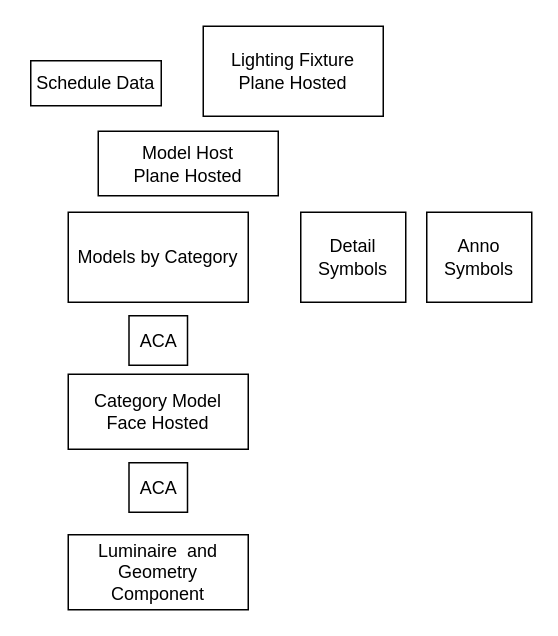
This is RevitLights.drawio from shrevedan/pyRevit, a draw.io file, before an edit. Source tidied: cells renumbered, new cells numbered last; positions are measured from the earlier drawing's top-left corner, leaving out a move shared by most shapes. Both pictures are drawn from the tidied source at 150%, with x=0, y=0 at pixel (30, 26).
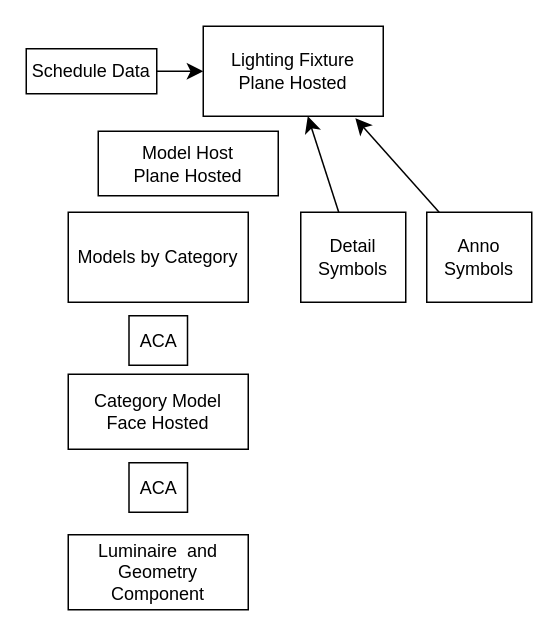
After the change.

Change to the diagram source:
```diff
@@
 <mxGraphModel>
   <root>
     <mxCell id="0" />
     <mxCell id="1" parent="0" />
     <mxCell id="2" value="Lighting Fixture&lt;div&gt;Plane Hosted&lt;/div&gt;" style="whiteSpace=wrap;html=1;" parent="1" vertex="1">
       <mxGeometry x="115" width="120" height="60" as="geometry" />
     </mxCell>
     <mxCell id="3" value="Models by Category" style="whiteSpace=wrap;html=1;" parent="1" vertex="1">
       <mxGeometry x="25" y="124" width="120" height="60" as="geometry" />
     </mxCell>
+    <mxCell id="12" style="edgeStyle=none;curved=1;rounded=0;jettySize=auto;html=1;fontSize=12;startSize=8;endSize=8;" parent="1" edge="1" source="4" target="2">
+      <mxGeometry relative="1" as="geometry" />
+    </mxCell>
     <mxCell id="4" value="Detail Symbols" style="whiteSpace=wrap;html=1;" parent="1" vertex="1">
       <mxGeometry x="180" y="124" width="70" height="60" as="geometry" />
     </mxCell>
+    <mxCell id="13" style="edgeStyle=none;curved=1;rounded=0;jettySize=auto;html=1;fontSize=12;startSize=8;endSize=8;" parent="1" edge="1" source="5" target="2">
+      <mxGeometry relative="1" as="geometry" />
+    </mxCell>
     <mxCell id="5" value="Schedule Data" style="whiteSpace=wrap;html=1;" parent="1" vertex="1">
-      <mxGeometry y="23" width="87" height="30" as="geometry" />
+      <mxGeometry x="-3" y="15" width="87" height="30" as="geometry" />
     </mxCell>
+    <mxCell id="14" style="edgeStyle=none;curved=1;rounded=0;jettySize=auto;html=1;fontSize=12;startSize=8;endSize=8;" parent="1" edge="1" source="6">
+      <mxGeometry relative="1" as="geometry">
+        <mxPoint x="216.4" y="61.3" as="targetPoint" />
+      </mxGeometry>
+    </mxCell>
     <mxCell id="6" value="Anno Symbols" style="whiteSpace=wrap;html=1;" parent="1" vertex="1">
       <mxGeometry x="264" y="124" width="70" height="60" as="geometry" />
     </mxCell>
     <mxCell id="7" value="Category Model&lt;div&gt;Face Hosted&lt;/div&gt;" style="whiteSpace=wrap;html=1;" parent="1" vertex="1">
       <mxGeometry x="25" y="232" width="120" height="50" as="geometry" />
     </mxCell>
     <mxCell id="8" value="Luminaire &amp;nbsp;and Geometry Component" style="whiteSpace=wrap;html=1;" parent="1" vertex="1">
       <mxGeometry x="25" y="339" width="120" height="50" as="geometry" />
     </mxCell>
     <mxCell id="9" value="ACA" style="whiteSpace=wrap;html=1;" parent="1" vertex="1">
       <mxGeometry x="65.5" y="291" width="39" height="33" as="geometry" />
     </mxCell>
     <mxCell id="10" value="ACA" style="whiteSpace=wrap;html=1;" parent="1" vertex="1">
       <mxGeometry x="65.5" y="193" width="39" height="33" as="geometry" />
     </mxCell>
     <mxCell id="11" value="Model Host&lt;br&gt;&lt;div&gt;Plane Hosted&lt;/div&gt;" style="whiteSpace=wrap;html=1;" parent="1" vertex="1">
       <mxGeometry x="45" y="70" width="120" height="43" as="geometry" />
     </mxCell>
   </root>
 </mxGraphModel>
```
